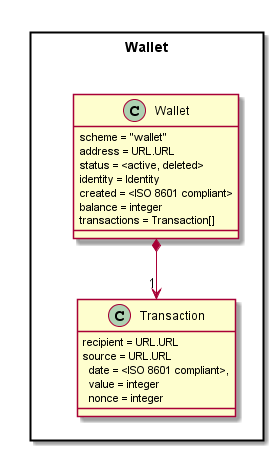
The PlantUML diagram datamodel/data-objects/wallet/Wallet-Data-Object-Model.png in reTHINK-project/specs, before a commit.
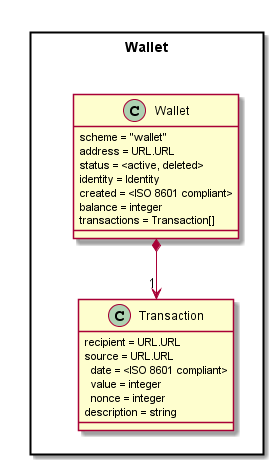
Later version of the same file.

Commit message:
Wallet transaction spec: added "description" attribute

Diff of the diagram source:
```diff
@@ -15,9 +15,10 @@
 	class Transaction {
 		recipient = URL.URL
 		source = URL.URL
-    date = <ISO 8601 compliant>,
+    date = <ISO 8601 compliant>
     value = integer
     nonce = integer
+		description = string
 	}
 
 	}
```
